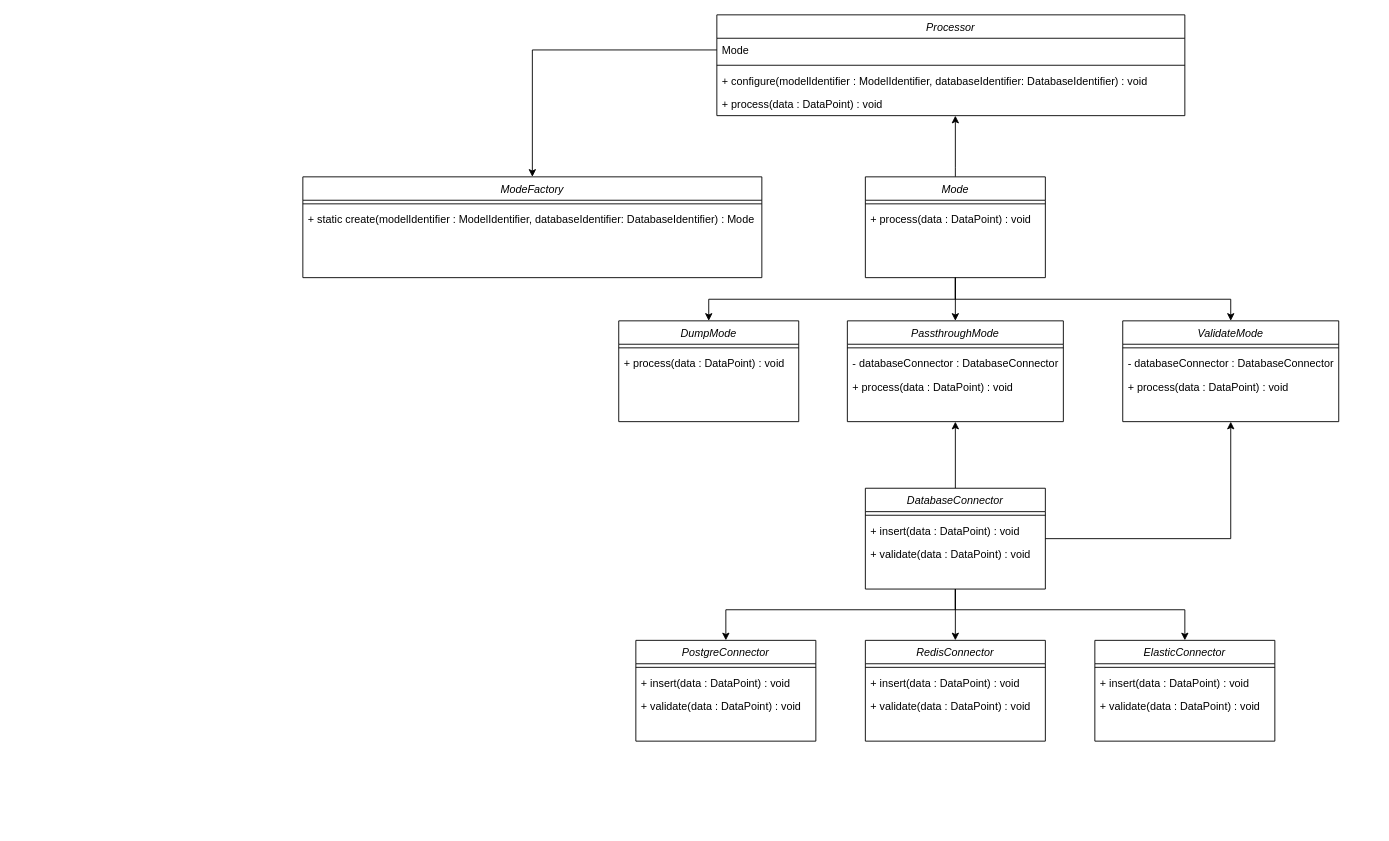
Before: tasks/UML/uml.drawio in wesleybertipaglia/ve-walmart-software-engineer, a draw.io diagram. Source tidied: cells renumbered, new cells numbered last; positions are measured from the earlier drawing's top-left corner, leaving out a move shared by most shapes. Both pictures are drawn from the tidied source at 90%, with x=0, y=0 at pixel (302, 14).
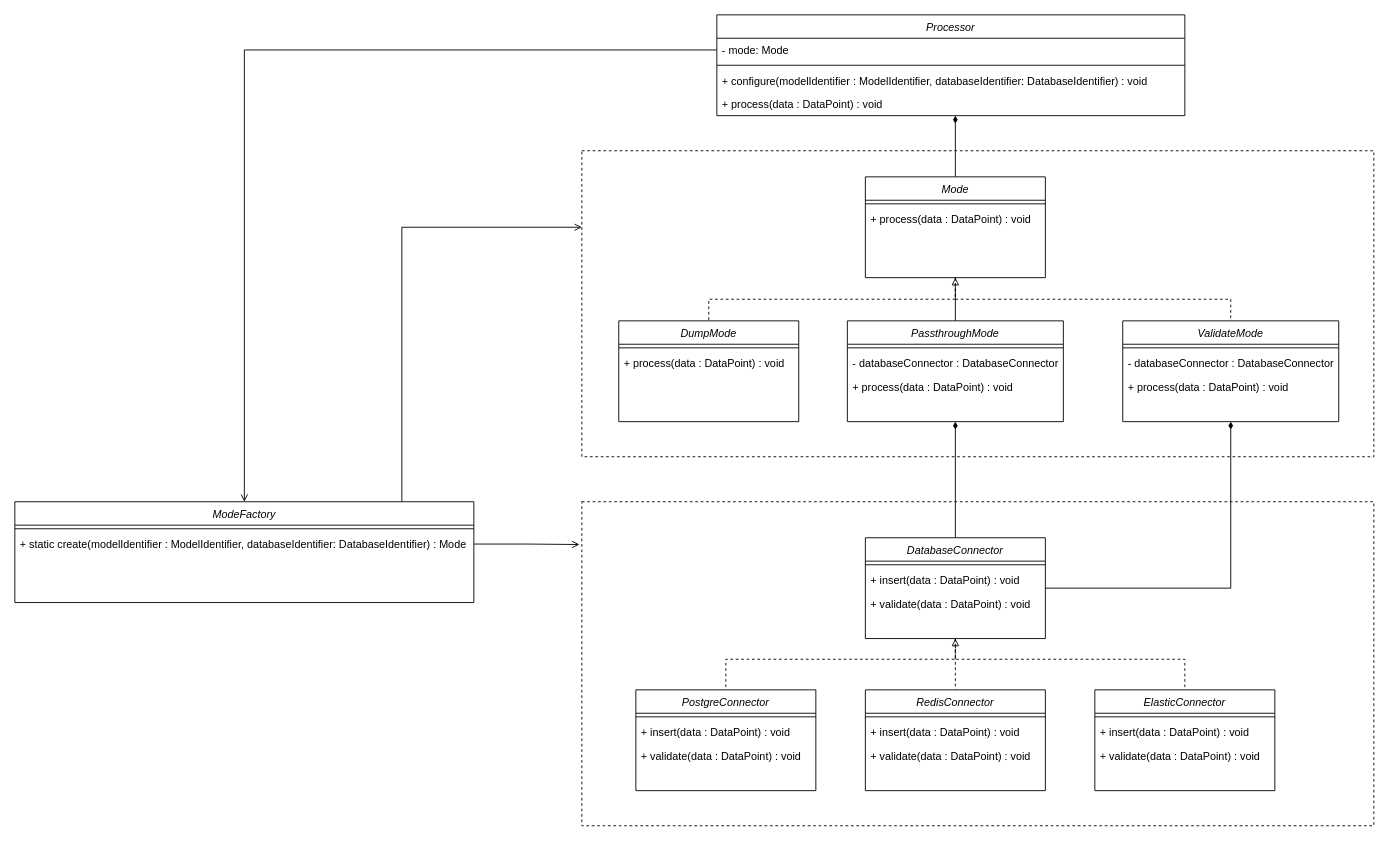
The same diagram, later.

Commit message (it also covers changes not shown here):
fix: correct uml task and add example

Unchanged cells that the change refers to:
```xml
<mxCell id="2" value="Processor" style="swimlane;fontStyle=2;align=center;verticalAlign=top;horizontal=1;startSize=26;rounded=0;shadow=0;strokeWidth=1;" parent="1" vertex="1">
  <mxGeometry x="460" width="520" height="112" as="geometry" />
</mxCell>
<mxCell id="6" value="+ process(data : DataPoint) : void" style="text;align=left;verticalAlign=top;spacingLeft=4;spacingRight=4;overflow=hidden;points=[[0,0.5],[1,0.5]];portConstraint=eastwest;" parent="2" vertex="1">
  <mxGeometry y="86" width="520" height="26" as="geometry" />
</mxCell>
<mxCell id="9" value="+ static create(modelIdentifier : ModelIdentifier, databaseIdentifier: DatabaseIdentifier) : Mode" style="text;align=left;verticalAlign=top;spacingLeft=4;spacingRight=4;overflow=hidden;points=[[0,0.5],[1,0.5]];portConstraint=eastwest;" parent="7" vertex="1">
  <mxGeometry y="34" width="510" height="26" as="geometry" />
</mxCell>
<mxCell id="13" value="Mode" style="swimlane;fontStyle=2;align=center;verticalAlign=top;horizontal=1;startSize=26;rounded=0;shadow=0;strokeWidth=1;" parent="1" vertex="1">
  <mxGeometry x="625" y="180" width="200" height="112" as="geometry" />
</mxCell>
<mxCell id="16" value="DumpMode" style="swimlane;fontStyle=2;align=center;verticalAlign=top;horizontal=1;startSize=26;rounded=0;shadow=0;strokeWidth=1;" parent="1" vertex="1">
  <mxGeometry x="351" y="340" width="200" height="112" as="geometry" />
</mxCell>
<mxCell id="19" value="PassthroughMode" style="swimlane;fontStyle=2;align=center;verticalAlign=top;horizontal=1;startSize=26;rounded=0;shadow=0;strokeWidth=1;" parent="1" vertex="1">
  <mxGeometry x="605" y="340" width="240" height="112" as="geometry" />
</mxCell>
<mxCell id="23" value="ValidateMode" style="swimlane;fontStyle=2;align=center;verticalAlign=top;horizontal=1;startSize=26;rounded=0;shadow=0;strokeWidth=1;" parent="1" vertex="1">
  <mxGeometry x="911" y="340" width="240" height="112" as="geometry" />
</mxCell>
```

The edit, as a diff of the source:
```diff
@@
-    <mxCell id="3" value="Mode" style="text;align=left;verticalAlign=top;spacingLeft=4;spacingRight=4;overflow=hidden;points=[[0,0.5],[1,0.5]];portConstraint=eastwest;" parent="2" vertex="1">
+    <mxCell id="3" value="- mode: Mode" style="text;align=left;verticalAlign=top;spacingLeft=4;spacingRight=4;overflow=hidden;points=[[0,0.5],[1,0.5]];portConstraint=eastwest;" parent="2" vertex="1">
       <mxGeometry y="26" width="520" height="26" as="geometry" />
     </mxCell>
@@
+    <mxCell id="50" style="edgeStyle=orthogonalEdgeStyle;rounded=0;jettySize=auto;html=1;entryX=0;entryY=0.25;entryDx=0;entryDy=0;endArrow=open;endFill=0;" parent="1" edge="1" source="7" target="51">
+      <mxGeometry relative="1" as="geometry">
+        <Array as="points">
+          <mxPoint x="110" y="236" />
+        </Array>
+      </mxGeometry>
+    </mxCell>
     <mxCell id="7" value="ModeFactory" style="swimlane;fontStyle=2;align=center;verticalAlign=top;horizontal=1;startSize=26;rounded=0;shadow=0;strokeWidth=1;" parent="1" vertex="1">
-      <mxGeometry y="180" width="510" height="112" as="geometry" />
+      <mxGeometry x="-320" y="541" width="510" height="112" as="geometry" />
     </mxCell>
@@
-    <mxCell id="10" style="edgeStyle=orthogonalEdgeStyle;rounded=0;jettySize=auto;html=1;" parent="1" edge="1" source="13" target="6">
+    <mxCell id="10" style="edgeStyle=orthogonalEdgeStyle;rounded=0;jettySize=auto;html=1;endArrow=diamondThin;endFill=1;" parent="1" edge="1" source="13" target="6">
       <mxGeometry relative="1" as="geometry">
         <Array as="points">
           <mxPoint x="725" y="170" />
           <mxPoint x="725" y="170" />
         </Array>
       </mxGeometry>
     </mxCell>
+    <mxCell id="28" style="edgeStyle=orthogonalEdgeStyle;rounded=0;jettySize=auto;html=1;endArrow=open;endFill=0;" parent="1" edge="1" source="3" target="7">
+      <mxGeometry relative="1" as="geometry" />
+    </mxCell>
+    <mxCell id="30" style="edgeStyle=orthogonalEdgeStyle;rounded=0;jettySize=auto;html=1;entryX=0.5;entryY=1;entryDx=0;entryDy=0;endArrow=diamondThin;endFill=1;" parent="1" edge="1" source="33" target="19">
+      <mxGeometry relative="1" as="geometry" />
+    </mxCell>
+    <mxCell id="31" style="edgeStyle=orthogonalEdgeStyle;rounded=0;jettySize=auto;html=1;entryX=0.5;entryY=1;entryDx=0;entryDy=0;endArrow=diamondThin;endFill=1;" parent="1" edge="1" source="33" target="23">
+      <mxGeometry relative="1" as="geometry" />
+    </mxCell>
-    <mxCell id="11" style="edgeStyle=orthogonalEdgeStyle;rounded=0;jettySize=auto;html=1;exitX=0.5;exitY=1;exitDx=0;exitDy=0;" parent="1" edge="1" source="13" target="16">
+    <mxCell id="11" style="edgeStyle=orthogonalEdgeStyle;rounded=0;jettySize=auto;html=1;exitX=0.5;exitY=1;exitDx=0;exitDy=0;endArrow=none;endFill=0;dashed=1;" parent="1" edge="1" source="13" target="16">
       <mxGeometry relative="1" as="geometry" />
     </mxCell>
-    <mxCell id="12" style="edgeStyle=orthogonalEdgeStyle;rounded=0;jettySize=auto;html=1;exitX=0.5;exitY=1;exitDx=0;exitDy=0;" parent="1" edge="1" source="13" target="23">
+    <mxCell id="12" style="edgeStyle=orthogonalEdgeStyle;rounded=0;jettySize=auto;html=1;exitX=0.5;exitY=1;exitDx=0;exitDy=0;endArrow=none;endFill=0;dashed=1;" parent="1" edge="1" source="13" target="23">
       <mxGeometry relative="1" as="geometry" />
     </mxCell>
@@
-    <mxCell id="27" style="edgeStyle=orthogonalEdgeStyle;rounded=0;jettySize=auto;html=1;entryX=0.5;entryY=0;entryDx=0;entryDy=0;" parent="1" edge="1" source="13" target="19">
+    <mxCell id="27" style="edgeStyle=orthogonalEdgeStyle;rounded=0;jettySize=auto;html=1;entryX=0.5;entryY=0;entryDx=0;entryDy=0;startArrow=block;startFill=0;endArrow=none;endFill=0;" parent="1" edge="1" source="13" target="19">
       <mxGeometry relative="1" as="geometry" />
     </mxCell>
-    <mxCell id="28" style="edgeStyle=orthogonalEdgeStyle;rounded=0;jettySize=auto;html=1;" parent="1" edge="1" source="3" target="7">
-      <mxGeometry relative="1" as="geometry" />
-    </mxCell>
+    <mxCell id="51" style="rounded=0;whiteSpace=wrap;html=1;fillColor=none;dashed=1;" parent="1" vertex="1">
+      <mxGeometry x="310" y="151" width="880" height="340" as="geometry" />
+    </mxCell>
+    <mxCell id="52" style="group;" parent="1" vertex="1">
+      <mxGeometry x="370" y="581" width="820" height="320" as="geometry" />
+    </mxCell>
-    <mxCell id="29" style="edgeStyle=orthogonalEdgeStyle;rounded=0;jettySize=auto;html=1;exitX=0.5;exitY=1;exitDx=0;exitDy=0;" parent="1" edge="1" source="33" target="46">
+    <mxCell id="29" style="edgeStyle=orthogonalEdgeStyle;rounded=0;jettySize=auto;html=1;exitX=0.5;exitY=1;exitDx=0;exitDy=0;endArrow=none;endFill=0;dashed=1;" parent="52" edge="1" source="33" target="46">
       <mxGeometry relative="1" as="geometry">
         <Array as="points">
-          <mxPoint x="725" y="661" />
-          <mxPoint x="470" y="661" />
+          <mxPoint x="355" y="135" />
+          <mxPoint x="100" y="135" />
         </Array>
       </mxGeometry>
     </mxCell>
-    <mxCell id="30" style="edgeStyle=orthogonalEdgeStyle;rounded=0;jettySize=auto;html=1;entryX=0.5;entryY=1;entryDx=0;entryDy=0;" parent="1" edge="1" source="33" target="19">
-      <mxGeometry relative="1" as="geometry" />
-    </mxCell>
-    <mxCell id="31" style="edgeStyle=orthogonalEdgeStyle;rounded=0;jettySize=auto;html=1;entryX=0.5;entryY=1;entryDx=0;entryDy=0;" parent="1" edge="1" source="33" target="23">
-      <mxGeometry relative="1" as="geometry" />
-    </mxCell>
-    <mxCell id="32" style="edgeStyle=orthogonalEdgeStyle;rounded=0;jettySize=auto;html=1;" parent="1" edge="1" source="33" target="38">
+    <mxCell id="32" style="edgeStyle=orthogonalEdgeStyle;rounded=0;jettySize=auto;html=1;dashed=1;endArrow=none;endFill=0;" parent="52" edge="1" source="33" target="38">
       <mxGeometry relative="1" as="geometry">
         <Array as="points">
-          <mxPoint x="725" y="661" />
-          <mxPoint x="980" y="661" />
+          <mxPoint x="355" y="135" />
+          <mxPoint x="610" y="135" />
         </Array>
       </mxGeometry>
     </mxCell>
-    <mxCell id="33" value="DatabaseConnector" style="swimlane;fontStyle=2;align=center;verticalAlign=top;horizontal=1;startSize=26;rounded=0;shadow=0;strokeWidth=1;" parent="1" vertex="1">
-      <mxGeometry x="625" y="526" width="200" height="112" as="geometry" />
+    <mxCell id="33" value="DatabaseConnector" style="swimlane;fontStyle=2;align=center;verticalAlign=top;horizontal=1;startSize=26;rounded=0;shadow=0;strokeWidth=1;" parent="52" vertex="1">
+      <mxGeometry x="255" width="200" height="112" as="geometry" />
     </mxCell>
@@
-    <mxCell id="37" style="edgeStyle=orthogonalEdgeStyle;rounded=0;jettySize=auto;html=1;entryX=0.5;entryY=0;entryDx=0;entryDy=0;" parent="1" edge="1" source="33" target="42">
+    <mxCell id="37" style="edgeStyle=orthogonalEdgeStyle;rounded=0;jettySize=auto;html=1;entryX=0.5;entryY=0;entryDx=0;entryDy=0;startArrow=block;startFill=0;endArrow=none;endFill=0;dashed=1;" parent="52" edge="1" source="33" target="42">
       <mxGeometry relative="1" as="geometry" />
     </mxCell>
-    <mxCell id="38" value="ElasticConnector" style="swimlane;fontStyle=2;align=center;verticalAlign=top;horizontal=1;startSize=26;rounded=0;shadow=0;strokeWidth=1;" parent="1" vertex="1">
-      <mxGeometry x="880" y="695" width="200" height="112" as="geometry" />
+    <mxCell id="38" value="ElasticConnector" style="swimlane;fontStyle=2;align=center;verticalAlign=top;horizontal=1;startSize=26;rounded=0;shadow=0;strokeWidth=1;" parent="52" vertex="1">
+      <mxGeometry x="510" y="169" width="200" height="112" as="geometry" />
     </mxCell>
@@
-    <mxCell id="42" value="RedisConnector" style="swimlane;fontStyle=2;align=center;verticalAlign=top;horizontal=1;startSize=26;rounded=0;shadow=0;strokeWidth=1;" parent="1" vertex="1">
-      <mxGeometry x="625" y="695" width="200" height="112" as="geometry" />
+    <mxCell id="42" value="RedisConnector" style="swimlane;fontStyle=2;align=center;verticalAlign=top;horizontal=1;startSize=26;rounded=0;shadow=0;strokeWidth=1;" parent="52" vertex="1">
+      <mxGeometry x="255" y="169" width="200" height="112" as="geometry" />
     </mxCell>
@@
-    <mxCell id="46" value="PostgreConnector" style="swimlane;fontStyle=2;align=center;verticalAlign=top;horizontal=1;startSize=26;rounded=0;shadow=0;strokeWidth=1;" parent="1" vertex="1">
-      <mxGeometry x="370" y="695" width="200" height="112" as="geometry" />
+    <mxCell id="46" value="PostgreConnector" style="swimlane;fontStyle=2;align=center;verticalAlign=top;horizontal=1;startSize=26;rounded=0;shadow=0;strokeWidth=1;" parent="52" vertex="1">
+      <mxGeometry y="169" width="200" height="112" as="geometry" />
     </mxCell>
@@
+    <mxCell id="53" style="rounded=0;whiteSpace=wrap;html=1;fillColor=none;dashed=1;" parent="52" vertex="1">
+      <mxGeometry x="-60" y="-40" width="880" height="360" as="geometry" />
+    </mxCell>
+    <mxCell id="54" style="edgeStyle=orthogonalEdgeStyle;rounded=0;jettySize=auto;html=1;entryX=-0.003;entryY=0.132;entryDx=0;entryDy=0;entryPerimeter=0;endArrow=open;endFill=0;" parent="1" edge="1" source="9" target="53">
+      <mxGeometry relative="1" as="geometry" />
+    </mxCell>
```
